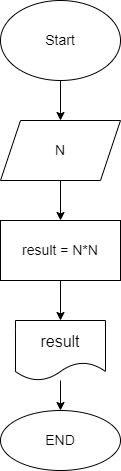
Above: Homework/Homework_01/Ex008/diagram.drawio.png in shenlindao/CSharp (draw.io), before the change. Source tidied: cells renumbered, new cells last; positions are measured from the earlier drawing's top-left corner, leaving out a move shared by most shapes.
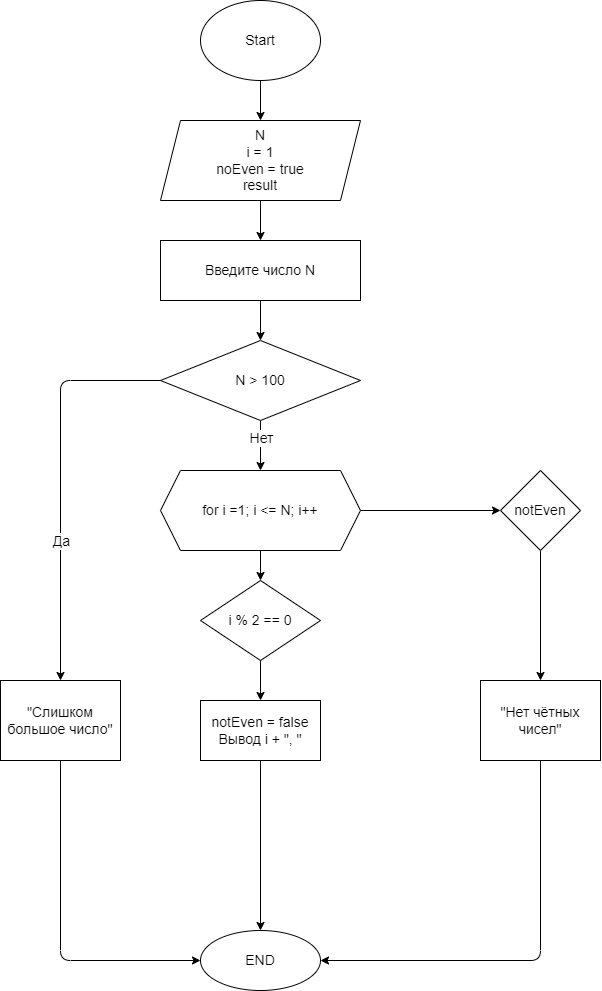
After the commit.

Commit message:
hw_ex008_diagram_and_program

Diff of the diagram source:
```diff
@@ -11,23 +11,85 @@
     <mxCell id="4" style="edgeStyle=none;html=1;" parent="1" edge="1" source="5" target="7">
       <mxGeometry relative="1" as="geometry" />
     </mxCell>
-    <mxCell id="5" value="&lt;font style=&quot;font-size: 14px;&quot;&gt;N&lt;/font&gt;" style="shape=parallelogram;perimeter=parallelogramPerimeter;whiteSpace=wrap;html=1;fixedSize=1;" parent="1" vertex="1">
-      <mxGeometry y="120" width="120" height="60" as="geometry" />
+    <mxCell id="5" value="&lt;font style=&quot;font-size: 14px;&quot;&gt;N&lt;br&gt;i = 1&lt;br&gt;noEven = true&lt;br&gt;result&lt;br&gt;&lt;/font&gt;" style="shape=parallelogram;perimeter=parallelogramPerimeter;whiteSpace=wrap;html=1;fixedSize=1;" parent="1" vertex="1">
+      <mxGeometry x="-40" y="120" width="200" height="80" as="geometry" />
     </mxCell>
-    <mxCell id="6" style="edgeStyle=none;html=1;fontSize=14;" parent="1" edge="1" source="7" target="9">
-      <mxGeometry relative="1" as="geometry" />
+    <mxCell id="6" style="edgeStyle=none;html=1;fontSize=14;entryX=0.5;entryY=0;entryDx=0;entryDy=0;" parent="1" edge="1" source="7">
+      <mxGeometry relative="1" as="geometry">
+        <mxPoint x="60" y="340" as="targetPoint" />
+      </mxGeometry>
     </mxCell>
-    <mxCell id="7" value="&lt;font style=&quot;font-size: 14px;&quot;&gt;result = N*N&lt;/font&gt;" style="rounded=0;whiteSpace=wrap;html=1;" parent="1" vertex="1">
-      <mxGeometry y="220" width="120" height="60" as="geometry" />
+    <mxCell id="7" value="&lt;span style=&quot;font-size: 14px;&quot;&gt;Введите число N&lt;/span&gt;" style="rounded=0;whiteSpace=wrap;html=1;" parent="1" vertex="1">
+      <mxGeometry x="-40" y="240" width="200" height="60" as="geometry" />
     </mxCell>
-    <mxCell id="8" style="edgeStyle=none;html=1;fontSize=14;" parent="1" edge="1" source="9" target="10">
-      <mxGeometry relative="1" as="geometry" />
-    </mxCell>
-    <mxCell id="9" value="&lt;font size=&quot;3&quot;&gt;result&lt;/font&gt;" style="shape=document;whiteSpace=wrap;html=1;boundedLbl=1;" parent="1" vertex="1">
-      <mxGeometry x="15" y="320" width="90" height="60" as="geometry" />
-    </mxCell>
     <mxCell id="10" value="END" style="ellipse;whiteSpace=wrap;html=1;fontSize=14;" parent="1" vertex="1">
-      <mxGeometry y="410" width="120" height="60" as="geometry" />
+      <mxGeometry y="930" width="120" height="60" as="geometry" />
     </mxCell>
+    <mxCell id="11" style="edgeStyle=none;html=1;entryX=0.5;entryY=0;entryDx=0;entryDy=0;fontSize=14;" parent="1" edge="1" source="15" target="19">
+      <mxGeometry relative="1" as="geometry">
+        <Array as="points">
+          <mxPoint x="-140" y="380" />
+        </Array>
+      </mxGeometry>
+    </mxCell>
+    <mxCell id="12" value="Да" style="edgeLabel;html=1;align=center;verticalAlign=middle;fontSize=14;" parent="11" vertex="1">
+      <mxGeometry x="0.3" relative="1" as="geometry" />
+    </mxCell>
+    <mxCell id="13" style="edgeStyle=none;html=1;fontSize=14;" parent="1" edge="1" source="15" target="22">
+      <mxGeometry relative="1" as="geometry" />
+    </mxCell>
+    <mxCell id="14" value="Нет" style="edgeLabel;html=1;align=center;verticalAlign=middle;fontSize=14;" parent="13" vertex="1">
+      <mxGeometry x="-0.35" relative="1" as="geometry" />
+    </mxCell>
+    <mxCell id="15" value="N &amp;gt; 100" style="rhombus;whiteSpace=wrap;html=1;fontSize=14;" parent="1" vertex="1">
+      <mxGeometry x="-40" y="340" width="200" height="80" as="geometry" />
+    </mxCell>
+    <mxCell id="16" style="edgeStyle=none;html=1;entryX=0.5;entryY=0;entryDx=0;entryDy=0;fontSize=14;" parent="1" edge="1" source="17" target="10">
+      <mxGeometry relative="1" as="geometry" />
+    </mxCell>
+    <mxCell id="17" value="notEven = false&lt;br&gt;Вывод i + &quot;, &quot;" style="rounded=0;whiteSpace=wrap;html=1;fontSize=14;" parent="1" vertex="1">
+      <mxGeometry y="700" width="120" height="60" as="geometry" />
+    </mxCell>
+    <mxCell id="18" style="edgeStyle=none;html=1;entryX=0;entryY=0.5;entryDx=0;entryDy=0;fontSize=14;" parent="1" edge="1" source="19" target="10">
+      <mxGeometry relative="1" as="geometry">
+        <Array as="points">
+          <mxPoint x="-140" y="960" />
+        </Array>
+      </mxGeometry>
+    </mxCell>
+    <mxCell id="19" value="&quot;Слишком большое число&quot;" style="rounded=0;whiteSpace=wrap;html=1;fontSize=14;" parent="1" vertex="1">
+      <mxGeometry x="-200" y="680" width="120" height="80" as="geometry" />
+    </mxCell>
+    <mxCell id="20" style="edgeStyle=none;html=1;fontSize=14;" parent="1" edge="1" source="22" target="24">
+      <mxGeometry relative="1" as="geometry" />
+    </mxCell>
+    <mxCell id="21" style="edgeStyle=none;html=1;fontSize=14;" parent="1" edge="1" source="22" target="26">
+      <mxGeometry relative="1" as="geometry" />
+    </mxCell>
+    <mxCell id="22" value="for i =1; i &amp;lt;= N; i++" style="shape=hexagon;perimeter=hexagonPerimeter2;whiteSpace=wrap;html=1;fixedSize=1;fontSize=14;" parent="1" vertex="1">
+      <mxGeometry x="-40" y="470" width="200" height="80" as="geometry" />
+    </mxCell>
+    <mxCell id="23" style="edgeStyle=none;html=1;fontSize=14;" parent="1" edge="1" source="24" target="17">
+      <mxGeometry relative="1" as="geometry" />
+    </mxCell>
+    <mxCell id="24" value="i % 2 == 0" style="rhombus;whiteSpace=wrap;html=1;fontSize=14;" parent="1" vertex="1">
+      <mxGeometry y="580" width="120" height="80" as="geometry" />
+    </mxCell>
+    <mxCell id="25" style="edgeStyle=none;html=1;fontSize=14;entryX=0.5;entryY=0;entryDx=0;entryDy=0;" parent="1" edge="1" source="26" target="28">
+      <mxGeometry relative="1" as="geometry" />
+    </mxCell>
+    <mxCell id="26" value="notEven" style="rhombus;whiteSpace=wrap;html=1;fontSize=14;" parent="1" vertex="1">
+      <mxGeometry x="300" y="470" width="80" height="80" as="geometry" />
+    </mxCell>
+    <mxCell id="27" style="edgeStyle=none;html=1;entryX=1;entryY=0.5;entryDx=0;entryDy=0;fontSize=14;" parent="1" edge="1" source="28" target="10">
+      <mxGeometry relative="1" as="geometry">
+        <Array as="points">
+          <mxPoint x="340" y="960" />
+        </Array>
+      </mxGeometry>
+    </mxCell>
+    <mxCell id="28" value="&quot;Нет чётных чисел&quot;" style="rounded=0;whiteSpace=wrap;html=1;fontSize=14;" parent="1" vertex="1">
+      <mxGeometry x="280" y="680" width="120" height="80" as="geometry" />
+    </mxCell>
   </root>
 </mxGraphModel>
```
